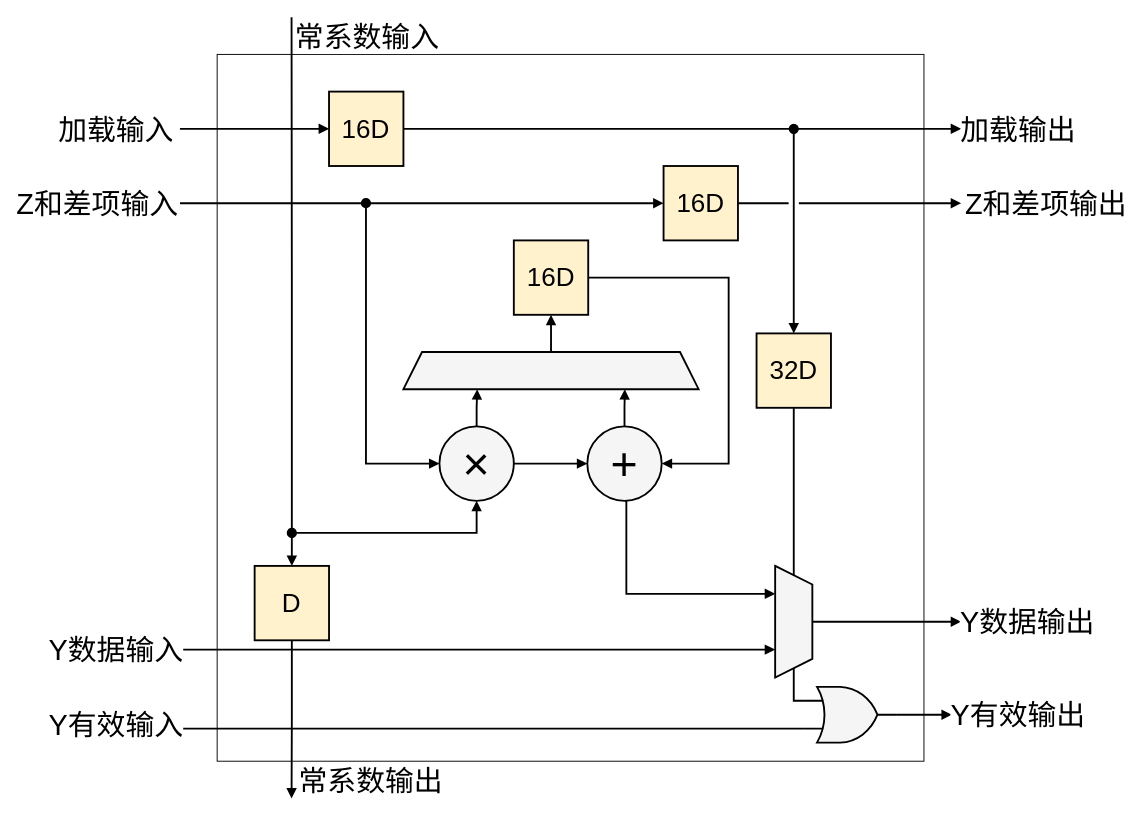
Earlier version of the draw.io diagram page "第 7 页" (7 of 8) of 插图.drawio (Dv-26/Dissertation). Source tidied: cells renumbered, new cells numbered last; positions are measured from the earlier drawing's top-left corner, leaving out a move shared by most shapes. Both pictures are drawn from the tidied source at 93%, with x=0, y=0 at pixel (96, 17).
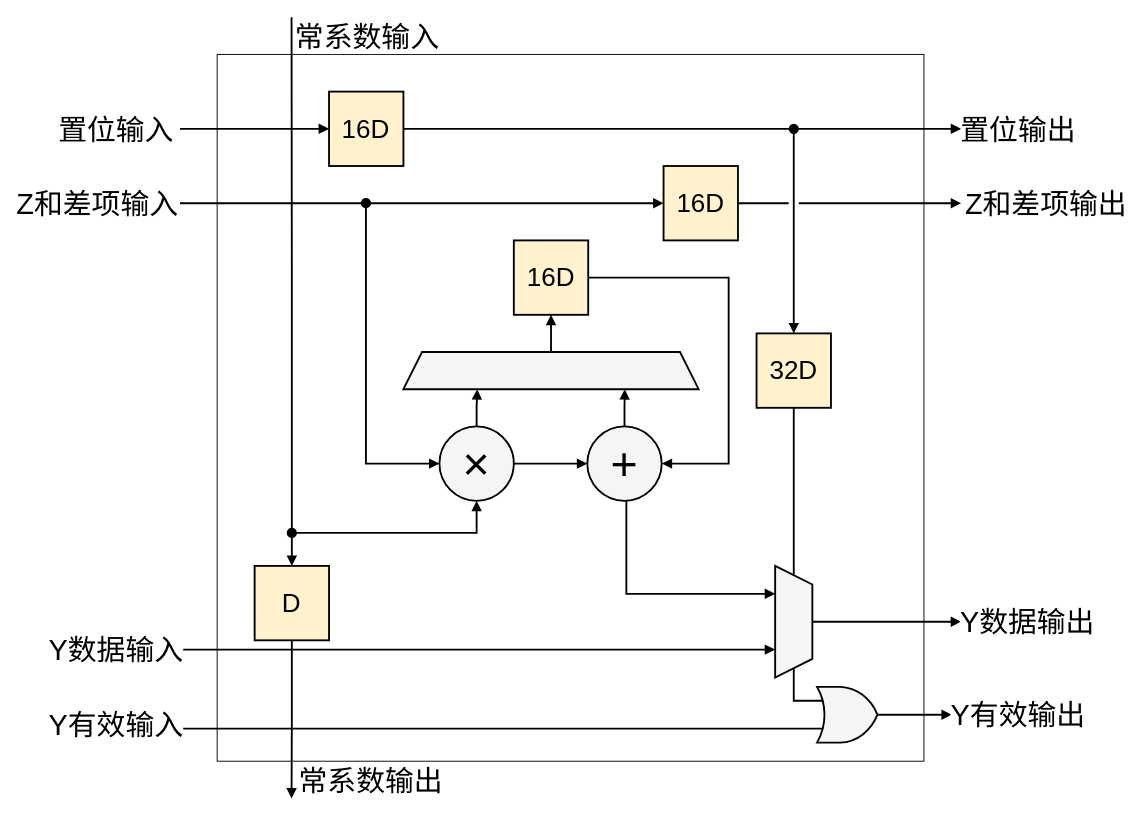
The same page after the edit.

Change to the diagram source:
```diff
@@
-    <mxCell id="30" value="加载输入" style="edgeLabel;html=1;align=center;verticalAlign=middle;strokeColor=#000000;strokeWidth=2;fontFamily=宋体;fontSize=31;fontColor=default;fillColor=light-dark(#f5f5f5, #281d00);" parent="1" vertex="1">
+    <mxCell id="30" value="置位输入" style="edgeLabel;html=1;align=center;verticalAlign=middle;strokeColor=#000000;strokeWidth=2;fontFamily=宋体;fontSize=31;fontColor=default;fillColor=light-dark(#f5f5f5, #281d00);" parent="1" vertex="1">
       <mxGeometry x="20" y="120" as="geometry" />
     </mxCell>
@@
-    <mxCell id="37" value="加载输出" style="edgeLabel;html=1;align=center;verticalAlign=middle;strokeColor=#000000;strokeWidth=2;fontFamily=宋体;fontSize=31;fontColor=default;fillColor=light-dark(#f5f5f5, #281d00);" parent="1" vertex="1">
+    <mxCell id="37" value="置位输出" style="edgeLabel;html=1;align=center;verticalAlign=middle;strokeColor=#000000;strokeWidth=2;fontFamily=宋体;fontSize=31;fontColor=default;fillColor=light-dark(#f5f5f5, #281d00);" parent="1" vertex="1">
       <mxGeometry x="990" y="120" as="geometry" />
     </mxCell>
```
